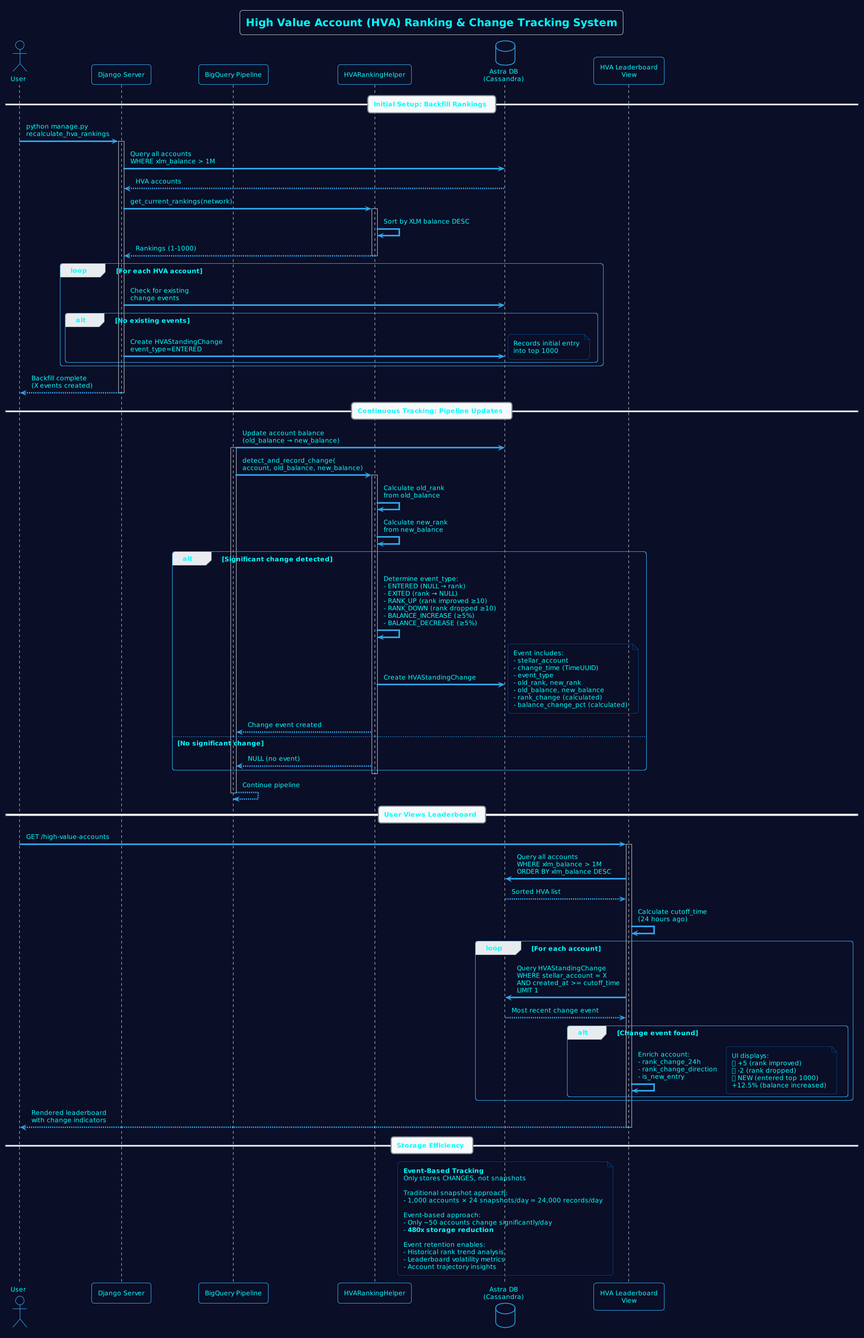
The PlantUML diagram diagrams/07_hva_ranking_system.png in areveur51/StellarMapWeb, before a commit.
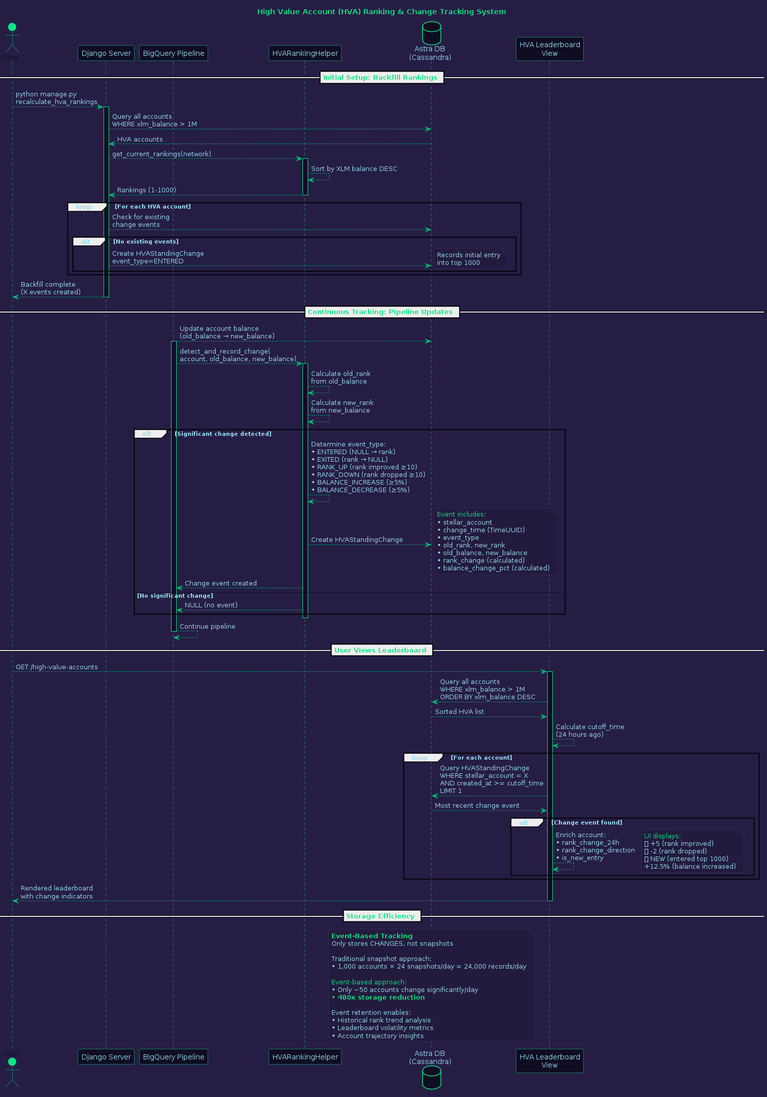
After the change.

Commit message:
Update documentation with new diagram and details

Diff of the diagram source:
```diff
@@ -1,126 +1,154 @@
 @startuml HVA Ranking System
-!theme cerulean-outline
-skinparam backgroundColor #0a0e27
-skinparam defaultFontColor #00ffff
-skinparam defaultFontSize 12
-skinparam roundcorner 10
 
-title High Value Account (HVA) Ranking & Change Tracking System
+skinparam backgroundColor #261D45
+skinparam defaultFontColor #96DDF2
 
-actor User as user
+skinparam participant {
+  BackgroundColor #100D23
+  BorderColor #0BE784
+  FontColor #96DDF2
+}
+
+skinparam actor {
+  BackgroundColor #0BE784
+  BorderColor #0BE784
+  FontColor #100D23
+}
+
+skinparam database {
+  BackgroundColor #100D23
+  BorderColor #0BE784
+  FontColor #96DDF2
+}
+
+skinparam note {
+  BackgroundColor #231B3D
+  BorderColor #3f2c70
+  FontColor #96DDF2
+}
+
+skinparam sequence {
+  ArrowColor #01C176
+  LifeLineBorderColor #0BE784
+  LifeLineBackgroundColor #100D23
+}
+
+title <color:#0BE784>High Value Account (HVA) Ranking & Change Tracking System
+
+actor User as user #0BE784
 participant "Django Server" as django
 participant "BigQuery Pipeline" as pipeline
 participant "HVARankingHelper" as helper
 database "Astra DB\n(Cassandra)" as cassandra
 participant "HVA Leaderboard\nView" as view
 
-== Initial Setup: Backfill Rankings ==
+== <color:#0BE784>Initial Setup: Backfill Rankings ==
 
-user -> django: python manage.py\nrecalculate_hva_rankings
+user -[#01C176]-> django: python manage.py\nrecalculate_hva_rankings
 activate django
-django -> cassandra: Query all accounts\nWHERE xlm_balance > 1M
-cassandra --> django: HVA accounts
-django -> helper: get_current_rankings(network)
+django -[#01C176]-> cassandra: Query all accounts\nWHERE xlm_balance > 1M
+cassandra -[#01C176]-> django: HVA accounts
+django -[#01C176]-> helper: get_current_rankings(network)
 activate helper
-helper -> helper: Sort by XLM balance DESC
-helper --> django: Rankings (1-1000)
+helper -[#01C176]-> helper: Sort by XLM balance DESC
+helper -[#01C176]-> django: Rankings (1-1000)
 deactivate helper
 
 loop For each HVA account
-    django -> cassandra: Check for existing\nchange events
+    django -[#01C176]-> cassandra: Check for existing\nchange events
     alt No existing events
-        django -> cassandra: Create HVAStandingChange\nevent_type=ENTERED
-        note right
-            Records initial entry
-            into top 1000
+        django -[#01C176]-> cassandra: Create HVAStandingChange\nevent_type=ENTERED
+        note right #231B3D
+            <color:#96DDF2>Records initial entry
+            <color:#96DDF2>into top 1000
         end note
     end
 end
 
-django --> user: Backfill complete\n(X events created)
+django -[#01C176]-> user: Backfill complete\n(X events created)
 deactivate django
 
-== Continuous Tracking: Pipeline Updates ==
+== <color:#0BE784>Continuous Tracking: Pipeline Updates ==
 
-pipeline -> cassandra: Update account balance\n(old_balance → new_balance)
+pipeline -[#01C176]-> cassandra: Update account balance\n(old_balance → new_balance)
 activate pipeline
 
-pipeline -> helper: detect_and_record_change(\naccount, old_balance, new_balance)
+pipeline -[#01C176]-> helper: detect_and_record_change(\naccount, old_balance, new_balance)
 activate helper
 
-helper -> helper: Calculate old_rank\nfrom old_balance
-helper -> helper: Calculate new_rank\nfrom new_balance
+helper -[#01C176]-> helper: Calculate old_rank\nfrom old_balance
+helper -[#01C176]-> helper: Calculate new_rank\nfrom new_balance
 
 alt Significant change detected
-    helper -> helper: Determine event_type:\n- ENTERED (NULL → rank)\n- EXITED (rank → NULL)\n- RANK_UP (rank improved ≥10)\n- RANK_DOWN (rank dropped ≥10)\n- BALANCE_INCREASE (≥5%)\n- BALANCE_DECREASE (≥5%)
+    helper -[#01C176]-> helper: Determine event_type:\n<color:#96DDF2>• ENTERED (NULL → rank)\n<color:#96DDF2>• EXITED (rank → NULL)\n<color:#96DDF2>• RANK_UP (rank improved ≥10)\n<color:#96DDF2>• RANK_DOWN (rank dropped ≥10)\n<color:#96DDF2>• BALANCE_INCREASE (≥5%)\n<color:#96DDF2>• BALANCE_DECREASE (≥5%)
 
-    helper -> cassandra: Create HVAStandingChange
-    note right
-        Event includes:
-        - stellar_account
-        - change_time (TimeUUID)
-        - event_type
-        - old_rank, new_rank
-        - old_balance, new_balance
-        - rank_change (calculated)
-        - balance_change_pct (calculated)
+    helper -[#01C176]-> cassandra: Create HVAStandingChange
+    note right #231B3D
+        <color:#0BE784>Event includes:
+        <color:#96DDF2>• stellar_account
+        <color:#96DDF2>• change_time (TimeUUID)
+        <color:#96DDF2>• event_type
+        <color:#96DDF2>• old_rank, new_rank
+        <color:#96DDF2>• old_balance, new_balance
+        <color:#96DDF2>• rank_change (calculated)
+        <color:#96DDF2>• balance_change_pct (calculated)
     end note
 
-    helper --> pipeline: Change event created
+    helper -[#01C176]-> pipeline: Change event created
 else No significant change
-    helper --> pipeline: NULL (no event)
+    helper -[#01C176]-> pipeline: NULL (no event)
 end
 
 deactivate helper
-pipeline --> pipeline: Continue pipeline
+pipeline -[#01C176]-> pipeline: Continue pipeline
 deactivate pipeline
 
-== User Views Leaderboard ==
+== <color:#0BE784>User Views Leaderboard ==
 
-user -> view: GET /high-value-accounts
+user -[#01C176]-> view: GET /high-value-accounts
 activate view
 
-view -> cassandra: Query all accounts\nWHERE xlm_balance > 1M\nORDER BY xlm_balance DESC
-cassandra --> view: Sorted HVA list
+view -[#01C176]-> cassandra: Query all accounts\nWHERE xlm_balance > 1M\nORDER BY xlm_balance DESC
+cassandra -[#01C176]-> view: Sorted HVA list
 
-view -> view: Calculate cutoff_time\n(24 hours ago)
+view -[#01C176]-> view: Calculate cutoff_time\n(24 hours ago)
 
 loop For each account
-    view -> cassandra: Query HVAStandingChange\nWHERE stellar_account = X\nAND created_at >= cutoff_time\nLIMIT 1
-    cassandra --> view: Most recent change event
+    view -[#01C176]-> cassandra: Query HVAStandingChange\nWHERE stellar_account = X\nAND created_at >= cutoff_time\nLIMIT 1
+    cassandra -[#01C176]-> view: Most recent change event
 
     alt Change event found
-        view -> view: Enrich account:\n- rank_change_24h\n- rank_change_direction\n- is_new_entry
-        note right
-            UI displays:
-            🔼 +5 (rank improved)
-            🔽 -2 (rank dropped)
-            ⭐ NEW (entered top 1000)
-            +12.5% (balance increased)
+        view -[#01C176]-> view: Enrich account:\n<color:#96DDF2>• rank_change_24h\n<color:#96DDF2>• rank_change_direction\n<color:#96DDF2>• is_new_entry
+        note right #231B3D
+            <color:#0BE784>UI displays:
+            <color:#96DDF2>🔼 +5 (rank improved)
+            <color:#96DDF2>🔽 -2 (rank dropped)
+            <color:#96DDF2>⭐ NEW (entered top 1000)
+            <color:#96DDF2>+12.5% (balance increased)
         end note
     end
 end
 
-view --> user: Rendered leaderboard\nwith change indicators
+view -[#01C176]-> user: Rendered leaderboard\nwith change indicators
 deactivate view
 
-== Storage Efficiency ==
+== <color:#0BE784>Storage Efficiency ==
 
-note over cassandra
-    **Event-Based Tracking**
-    Only stores CHANGES, not snapshots
+note over cassandra #231B3D
+    <color:#0BE784>**Event-Based Tracking**
+    <color:#96DDF2>Only stores CHANGES, not snapshots
 
-    Traditional snapshot approach:
-    - 1,000 accounts × 24 snapshots/day = 24,000 records/day
+    <color:#96DDF2>Traditional snapshot approach:
+    <color:#96DDF2>• 1,000 accounts × 24 snapshots/day = 24,000 records/day
 
-    Event-based approach:
-    - Only ~50 accounts change significantly/day
-    - **480x storage reduction**
+    <color:#0BE784>Event-based approach:
+    <color:#96DDF2>• Only ~50 accounts change significantly/day
+    <color:#0BE784>• **480x storage reduction**
 
-    Event retention enables:
-    - Historical rank trend analysis
-    - Leaderboard volatility metrics
-    - Account trajectory insights
+    <color:#96DDF2>Event retention enables:
+    <color:#96DDF2>• Historical rank trend analysis
+    <color:#96DDF2>• Leaderboard volatility metrics
+    <color:#96DDF2>• Account trajectory insights
 end note
 
 @enduml
```
